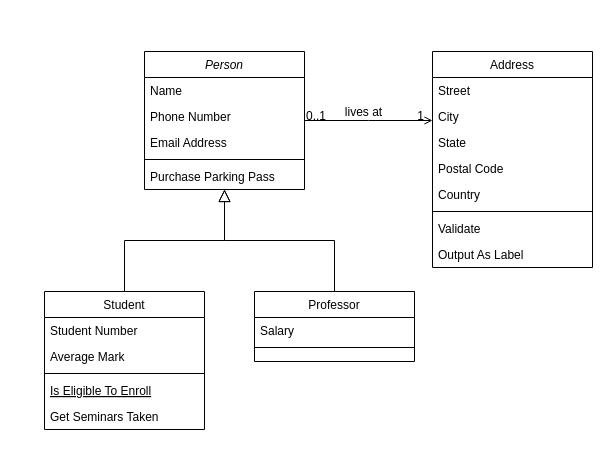
The draw.io diagram Untitled Diagram.drawio in Kei5665/Close_Roads, before the edit. Source tidied: cells renumbered, new cells numbered last; positions are measured from the earlier drawing's top-left corner, leaving out a move shared by most shapes. Both pictures are drawn from the tidied source at 100%, with x=0, y=0 at pixel (44, 51).
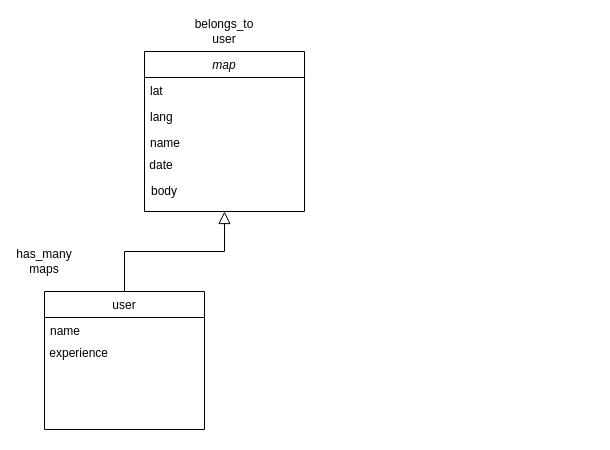
The same page after the edit.

Change to the diagram source:
```diff
@@
-    <mxCell id="2" value="Person" style="swimlane;fontStyle=2;align=center;verticalAlign=top;horizontal=1;startSize=26;rounded=0;shadow=0;strokeWidth=1;" parent="1" vertex="1">
-      <mxGeometry x="100" width="160" height="138" as="geometry" />
+    <mxCell id="2" value="map" style="swimlane;fontStyle=2;align=center;verticalAlign=top;horizontal=1;startSize=26;rounded=0;shadow=0;strokeWidth=1;" parent="1" vertex="1">
+      <mxGeometry x="100" width="160" height="160" as="geometry" />
     </mxCell>
-    <mxCell id="3" value="Name" style="text;align=left;verticalAlign=top;spacingLeft=4;spacingRight=4;overflow=hidden;" parent="2" vertex="1">
+    <mxCell id="3" value="lat" style="text;align=left;verticalAlign=top;spacingLeft=4;spacingRight=4;overflow=hidden;" parent="2" vertex="1">
       <mxGeometry y="26" width="160" height="26" as="geometry" />
     </mxCell>
-    <mxCell id="4" value="Phone Number" style="text;align=left;verticalAlign=top;spacingLeft=4;spacingRight=4;overflow=hidden;rounded=0;shadow=0;html=0;" parent="2" vertex="1">
+    <mxCell id="4" value="lang" style="text;align=left;verticalAlign=top;spacingLeft=4;spacingRight=4;overflow=hidden;rounded=0;shadow=0;html=0;" parent="2" vertex="1">
       <mxGeometry y="52" width="160" height="26" as="geometry" />
     </mxCell>
-    <mxCell id="5" value="Email Address" style="text;align=left;verticalAlign=top;spacingLeft=4;spacingRight=4;overflow=hidden;rounded=0;shadow=0;html=0;" parent="2" vertex="1">
+    <mxCell id="5" value="name" style="text;align=left;verticalAlign=top;spacingLeft=4;spacingRight=4;overflow=hidden;rounded=0;shadow=0;html=0;" parent="2" vertex="1">
       <mxGeometry y="78" width="160" height="26" as="geometry" />
     </mxCell>
-    <mxCell id="6" style="line;html=1;strokeWidth=1;align=left;verticalAlign=middle;spacingTop=-1;spacingLeft=3;spacingRight=3;labelPosition=right;" parent="2" vertex="1">
-      <mxGeometry y="104" width="160" height="8" as="geometry" />
-    </mxCell>
-    <mxCell id="7" value="Purchase Parking Pass" style="text;align=left;verticalAlign=top;spacingLeft=4;spacingRight=4;overflow=hidden;" parent="2" vertex="1">
-      <mxGeometry y="112" width="160" height="26" as="geometry" />
-    </mxCell>
+    <mxCell id="32" value="&amp;nbsp;date" style="text;html=1;strokeColor=none;fillColor=none;align=left;verticalAlign=middle;whiteSpace=wrap;rounded=0;" parent="2" vertex="1">
+      <mxGeometry y="104" width="160" height="20" as="geometry" />
+    </mxCell>
-    <mxCell id="8" value="Student" style="swimlane;fontStyle=0;align=center;verticalAlign=top;horizontal=1;startSize=26;rounded=0;shadow=0;strokeWidth=1;" parent="1" vertex="1">
+    <mxCell id="8" value="user" style="swimlane;fontStyle=0;align=center;verticalAlign=top;horizontal=1;startSize=26;rounded=0;shadow=0;strokeWidth=1;" parent="1" vertex="1">
       <mxGeometry y="240" width="160" height="138" as="geometry" />
     </mxCell>
-    <mxCell id="9" value="Student Number" style="text;align=left;verticalAlign=top;spacingLeft=4;spacingRight=4;overflow=hidden;" parent="8" vertex="1">
+    <mxCell id="9" value="name" style="text;align=left;verticalAlign=top;spacingLeft=4;spacingRight=4;overflow=hidden;" parent="8" vertex="1">
       <mxGeometry y="26" width="160" height="26" as="geometry" />
     </mxCell>
-    <mxCell id="10" value="Average Mark" style="text;align=left;verticalAlign=top;spacingLeft=4;spacingRight=4;overflow=hidden;rounded=0;shadow=0;html=0;" parent="8" vertex="1">
-      <mxGeometry y="52" width="160" height="26" as="geometry" />
-    </mxCell>
-    <mxCell id="11" style="line;html=1;strokeWidth=1;align=left;verticalAlign=middle;spacingTop=-1;spacingLeft=3;spacingRight=3;labelPosition=right;" parent="8" vertex="1">
-      <mxGeometry y="78" width="160" height="8" as="geometry" />
-    </mxCell>
-    <mxCell id="12" value="Is Eligible To Enroll" style="text;align=left;verticalAlign=top;spacingLeft=4;spacingRight=4;overflow=hidden;fontStyle=4;" parent="8" vertex="1">
-      <mxGeometry y="86" width="160" height="26" as="geometry" />
-    </mxCell>
-    <mxCell id="13" value="Get Seminars Taken" style="text;align=left;verticalAlign=top;spacingLeft=4;spacingRight=4;overflow=hidden;" parent="8" vertex="1">
-      <mxGeometry y="112" width="160" height="26" as="geometry" />
-    </mxCell>
+    <mxCell id="33" value="&amp;nbsp;experience" style="text;html=1;strokeColor=none;fillColor=none;align=left;verticalAlign=middle;whiteSpace=wrap;rounded=0;" parent="8" vertex="1">
+      <mxGeometry y="52" width="160" height="20" as="geometry" />
+    </mxCell>
@@
-    <mxCell id="15" value="Professor" style="swimlane;fontStyle=0;align=center;verticalAlign=top;horizontal=1;startSize=26;rounded=0;shadow=0;strokeWidth=1;" parent="1" vertex="1">
-      <mxGeometry x="210" y="240" width="160" height="70" as="geometry" />
-    </mxCell>
-    <mxCell id="16" value="Salary" style="text;align=left;verticalAlign=top;spacingLeft=4;spacingRight=4;overflow=hidden;" parent="15" vertex="1">
-      <mxGeometry y="26" width="160" height="26" as="geometry" />
-    </mxCell>
-    <mxCell id="17" style="line;html=1;strokeWidth=1;align=left;verticalAlign=middle;spacingTop=-1;spacingLeft=3;spacingRight=3;labelPosition=right;" parent="15" vertex="1">
-      <mxGeometry y="52" width="160" height="8" as="geometry" />
-    </mxCell>
-    <mxCell id="18" style="endArrow=block;endSize=10;endFill=0;shadow=0;strokeWidth=1;rounded=0;edgeStyle=elbowEdgeStyle;elbow=vertical;" parent="1" edge="1" source="15" target="2">
-      <mxGeometry relative="1" as="geometry" />
-    </mxCell>
-    <mxCell id="19" value="Address" style="swimlane;fontStyle=0;align=center;verticalAlign=top;horizontal=1;startSize=26;rounded=0;shadow=0;strokeWidth=1;" parent="1" vertex="1">
-      <mxGeometry x="388" width="160" height="216" as="geometry" />
-    </mxCell>
-    <mxCell id="20" value="Street" style="text;align=left;verticalAlign=top;spacingLeft=4;spacingRight=4;overflow=hidden;" parent="19" vertex="1">
-      <mxGeometry y="26" width="160" height="26" as="geometry" />
-    </mxCell>
-    <mxCell id="21" value="City" style="text;align=left;verticalAlign=top;spacingLeft=4;spacingRight=4;overflow=hidden;rounded=0;shadow=0;html=0;" parent="19" vertex="1">
-      <mxGeometry y="52" width="160" height="26" as="geometry" />
-    </mxCell>
-    <mxCell id="22" value="State" style="text;align=left;verticalAlign=top;spacingLeft=4;spacingRight=4;overflow=hidden;rounded=0;shadow=0;html=0;" parent="19" vertex="1">
-      <mxGeometry y="78" width="160" height="26" as="geometry" />
-    </mxCell>
-    <mxCell id="23" value="Postal Code" style="text;align=left;verticalAlign=top;spacingLeft=4;spacingRight=4;overflow=hidden;rounded=0;shadow=0;html=0;" parent="19" vertex="1">
-      <mxGeometry y="104" width="160" height="26" as="geometry" />
-    </mxCell>
-    <mxCell id="24" value="Country" style="text;align=left;verticalAlign=top;spacingLeft=4;spacingRight=4;overflow=hidden;rounded=0;shadow=0;html=0;" parent="19" vertex="1">
-      <mxGeometry y="130" width="160" height="26" as="geometry" />
-    </mxCell>
-    <mxCell id="25" style="line;html=1;strokeWidth=1;align=left;verticalAlign=middle;spacingTop=-1;spacingLeft=3;spacingRight=3;labelPosition=right;" parent="19" vertex="1">
-      <mxGeometry y="156" width="160" height="8" as="geometry" />
-    </mxCell>
-    <mxCell id="26" value="Validate" style="text;align=left;verticalAlign=top;spacingLeft=4;spacingRight=4;overflow=hidden;" parent="19" vertex="1">
-      <mxGeometry y="164" width="160" height="26" as="geometry" />
-    </mxCell>
-    <mxCell id="27" value="Output As Label" style="text;align=left;verticalAlign=top;spacingLeft=4;spacingRight=4;overflow=hidden;" parent="19" vertex="1">
-      <mxGeometry y="190" width="160" height="26" as="geometry" />
-    </mxCell>
-    <mxCell id="28" style="endArrow=open;shadow=0;strokeWidth=1;rounded=0;endFill=1;edgeStyle=elbowEdgeStyle;elbow=vertical;" parent="1" edge="1" source="2" target="19">
-      <mxGeometry x="0.5" y="41" relative="1" as="geometry">
-        <mxPoint x="-40" y="32" as="offset" />
-      </mxGeometry>
-    </mxCell>
-    <mxCell id="29" value="0..1" style="align=left;verticalAlign=bottom;labelBackgroundColor=none;fontSize=12;" parent="28" vertex="1">
-      <mxGeometry x="-1" relative="1" as="geometry">
-        <mxPoint y="4" as="offset" />
-      </mxGeometry>
-    </mxCell>
-    <mxCell id="30" value="1" style="align=right;verticalAlign=bottom;labelBackgroundColor=none;fontSize=12;" parent="28" vertex="1">
-      <mxGeometry x="1" relative="1" as="geometry">
-        <mxPoint x="-7" y="4" as="offset" />
-      </mxGeometry>
-    </mxCell>
-    <mxCell id="31" value="lives at" style="text;html=1;align=center;verticalAlign=middle;labelBackgroundColor=none;rounded=0;shadow=0;strokeWidth=1;fontSize=12;" parent="28" vertex="1">
-      <mxGeometry x="0.5" y="49" relative="1" as="geometry">
-        <mxPoint x="-38" y="40" as="offset" />
-      </mxGeometry>
-    </mxCell>
+    <mxCell id="34" value="belongs_to user" style="text;html=1;strokeColor=none;fillColor=none;align=center;verticalAlign=middle;whiteSpace=wrap;rounded=0;" parent="1" vertex="1">
+      <mxGeometry x="160" y="-30" width="40" height="20" as="geometry" />
+    </mxCell>
+    <mxCell id="35" value="has_many maps" style="text;html=1;strokeColor=none;fillColor=none;align=center;verticalAlign=middle;whiteSpace=wrap;rounded=0;" parent="1" vertex="1">
+      <mxGeometry x="-20" y="200" width="40" height="20" as="geometry" />
+    </mxCell>
+    <mxCell id="36" value="body" style="text;html=1;strokeColor=none;fillColor=none;align=center;verticalAlign=middle;whiteSpace=wrap;rounded=0;" parent="1" vertex="1">
+      <mxGeometry x="100" y="130" width="40" height="20" as="geometry" />
+    </mxCell>
```
